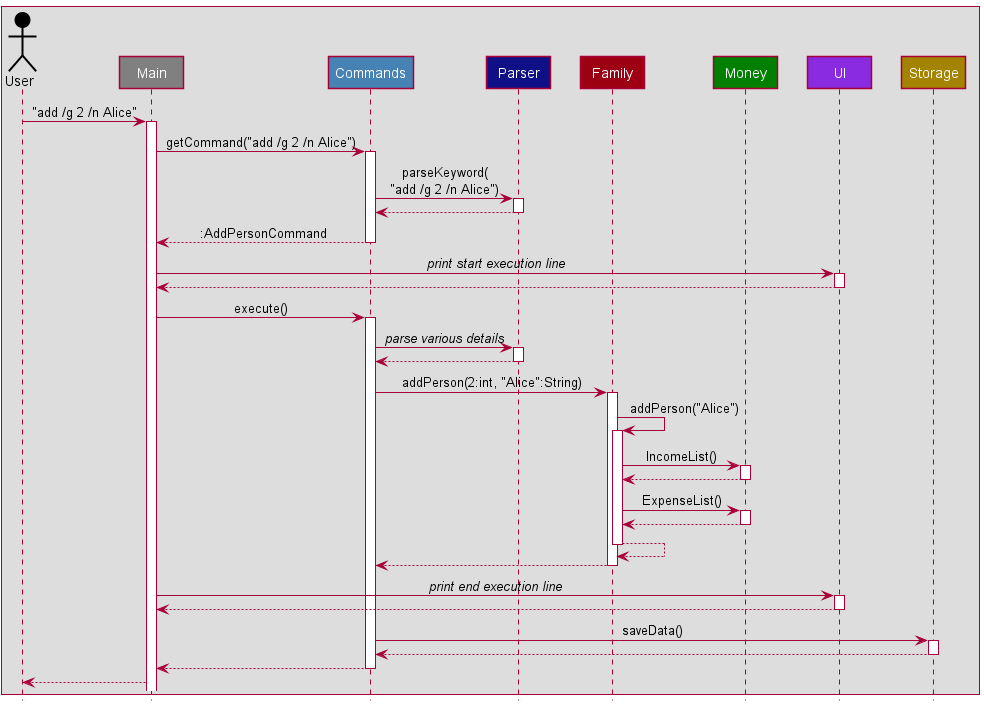
nus-cs2113-AY2122S2/tp keeps this PlantUML diagram as docs/images/ArchitectureSequenceDiagram.png. Above is the earlier version.
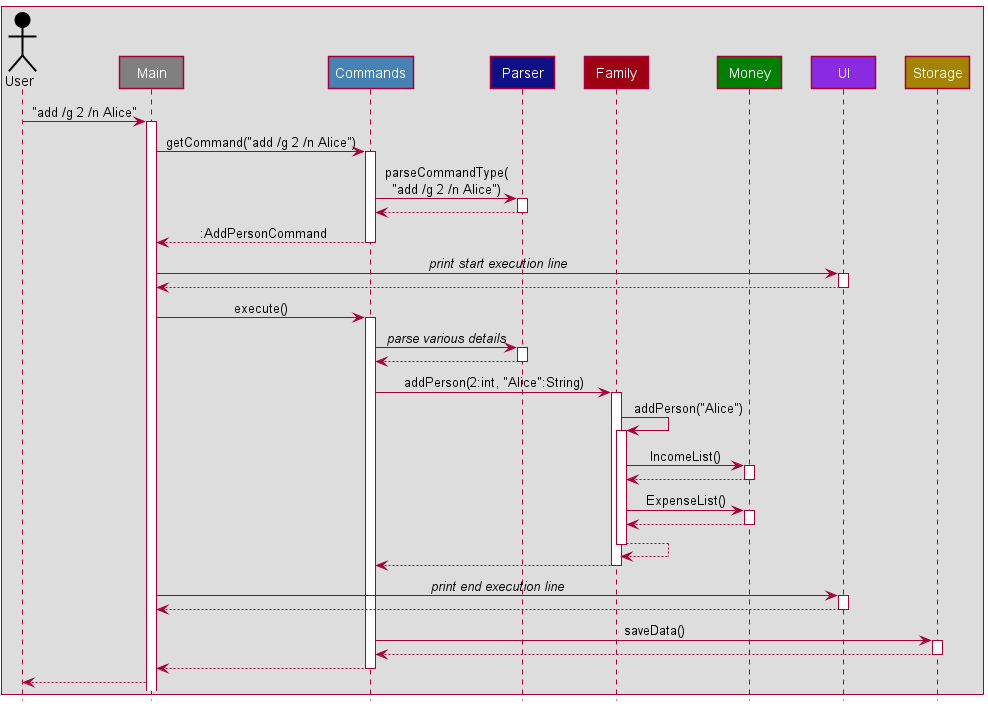
The same diagram one commit later.

What changed in the source:
```diff
@@ -18,7 +18,7 @@
 Main -> Commands : getCommand("add /g 2 /n Alice")
 
 activate Commands
-Commands -> Parser : parseKeyword(\n"add /g 2 /n Alice")
+Commands -> Parser : parseCommandType(\n"add /g 2 /n Alice")
 
 activate Parser
 Parser --> Commands
```
